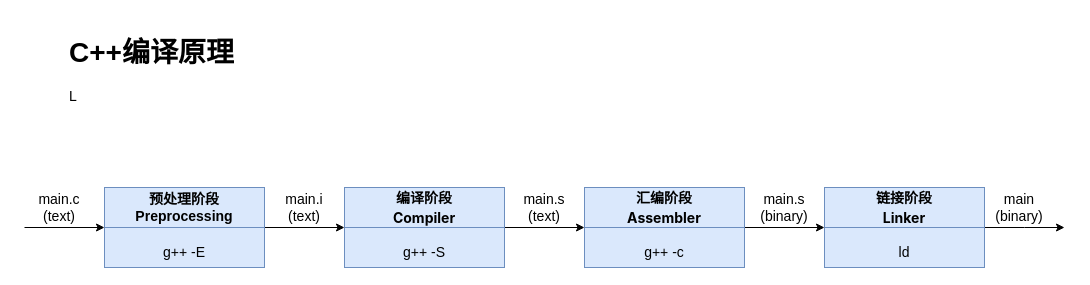
Above: Draw.io/CPP.drawio in DepInjoy/geektime (draw.io), before the change. Source tidied: cells renumbered, new cells numbered last; positions are measured from the earlier drawing's top-left corner, leaving out a move shared by most shapes. Both pictures are drawn from the tidied source at 100%, with x=0, y=0 at pixel (24, 27).
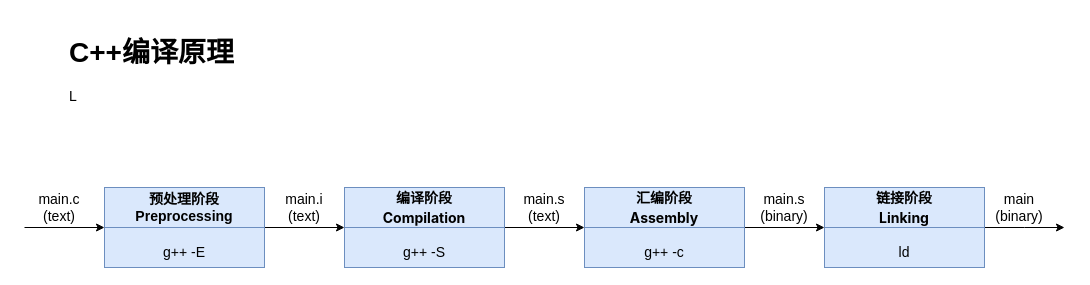
After the change.

Commit message:
更新C++变过阶段

The edit, as a diff of the source:
```diff
@@
-    <mxCell id="17" value="&lt;span style=&quot;box-sizing: border-box; outline: 0px; overflow-wrap: break-word; font-family: -apple-system, &amp;quot;SF UI Text&amp;quot;, Arial, &amp;quot;PingFang SC&amp;quot;, &amp;quot;Hiragino Sans GB&amp;quot;, &amp;quot;Microsoft YaHei&amp;quot;, &amp;quot;WenQuanYi Micro Hei&amp;quot;, sans-serif, SimHei, SimSun; font-size: 16px; text-align: left;&quot;&gt;&lt;span style=&quot;box-sizing: border-box; outline: 0px; margin: 0px; padding: 0px; overflow-wrap: break-word; font-size: 14px;&quot;&gt;&lt;b style=&quot;&quot;&gt;编译阶段&lt;br&gt;Compiler&lt;/b&gt;&lt;/span&gt;&lt;/span&gt;" style="text;html=1;strokeColor=#6c8ebf;fillColor=#dae8fc;align=center;verticalAlign=middle;whiteSpace=wrap;rounded=0;" parent="1" vertex="1">
+    <mxCell id="17" value="&lt;span style=&quot;box-sizing: border-box; outline: 0px; overflow-wrap: break-word; font-family: -apple-system, &amp;quot;SF UI Text&amp;quot;, Arial, &amp;quot;PingFang SC&amp;quot;, &amp;quot;Hiragino Sans GB&amp;quot;, &amp;quot;Microsoft YaHei&amp;quot;, &amp;quot;WenQuanYi Micro Hei&amp;quot;, sans-serif, SimHei, SimSun; font-size: 16px; text-align: left;&quot;&gt;&lt;span style=&quot;box-sizing: border-box; outline: 0px; margin: 0px; padding: 0px; overflow-wrap: break-word; font-size: 14px;&quot;&gt;&lt;b style=&quot;&quot;&gt;编译阶段&lt;br&gt;Compilation&lt;/b&gt;&lt;/span&gt;&lt;/span&gt;" style="text;html=1;strokeColor=#6c8ebf;fillColor=#dae8fc;align=center;verticalAlign=middle;whiteSpace=wrap;rounded=0;" parent="1" vertex="1">
       <mxGeometry x="320" y="160" width="160" height="40" as="geometry" />
     </mxCell>
@@
-    <mxCell id="20" value="&lt;span style=&quot;box-sizing: border-box; outline: 0px; font-weight: 700; overflow-wrap: break-word; font-family: -apple-system, &amp;quot;SF UI Text&amp;quot;, Arial, &amp;quot;PingFang SC&amp;quot;, &amp;quot;Hiragino Sans GB&amp;quot;, &amp;quot;Microsoft YaHei&amp;quot;, &amp;quot;WenQuanYi Micro Hei&amp;quot;, sans-serif, SimHei, SimSun; font-size: 16px; text-align: left;&quot;&gt;&lt;span style=&quot;box-sizing: border-box; outline: 0px; margin: 0px; padding: 0px; overflow-wrap: break-word; font-size: 14px;&quot;&gt;汇编阶段&lt;br&gt;Assembler&lt;/span&gt;&lt;/span&gt;" style="text;html=1;strokeColor=#6c8ebf;fillColor=#dae8fc;align=center;verticalAlign=middle;whiteSpace=wrap;rounded=0;" parent="1" vertex="1">
+    <mxCell id="20" value="&lt;span style=&quot;box-sizing: border-box; outline: 0px; font-weight: 700; overflow-wrap: break-word; font-family: -apple-system, &amp;quot;SF UI Text&amp;quot;, Arial, &amp;quot;PingFang SC&amp;quot;, &amp;quot;Hiragino Sans GB&amp;quot;, &amp;quot;Microsoft YaHei&amp;quot;, &amp;quot;WenQuanYi Micro Hei&amp;quot;, sans-serif, SimHei, SimSun; font-size: 16px; text-align: left;&quot;&gt;&lt;span style=&quot;box-sizing: border-box; outline: 0px; margin: 0px; padding: 0px; overflow-wrap: break-word; font-size: 14px;&quot;&gt;汇编阶段&lt;br&gt;Assembly&lt;/span&gt;&lt;/span&gt;" style="text;html=1;strokeColor=#6c8ebf;fillColor=#dae8fc;align=center;verticalAlign=middle;whiteSpace=wrap;rounded=0;" parent="1" vertex="1">
       <mxGeometry x="560" y="160" width="160" height="40" as="geometry" />
     </mxCell>
@@
-    <mxCell id="23" value="&lt;span style=&quot;box-sizing: border-box; outline: 0px; font-weight: 700; overflow-wrap: break-word; font-family: -apple-system, &amp;quot;SF UI Text&amp;quot;, Arial, &amp;quot;PingFang SC&amp;quot;, &amp;quot;Hiragino Sans GB&amp;quot;, &amp;quot;Microsoft YaHei&amp;quot;, &amp;quot;WenQuanYi Micro Hei&amp;quot;, sans-serif, SimHei, SimSun; font-size: 16px; text-align: left;&quot;&gt;&lt;span style=&quot;box-sizing: border-box; outline: 0px; margin: 0px; padding: 0px; overflow-wrap: break-word; font-size: 14px;&quot;&gt;链接阶段&lt;br&gt;Linker&lt;/span&gt;&lt;/span&gt;" style="text;html=1;strokeColor=#6c8ebf;fillColor=#dae8fc;align=center;verticalAlign=middle;whiteSpace=wrap;rounded=0;" parent="1" vertex="1">
+    <mxCell id="23" value="&lt;span style=&quot;box-sizing: border-box; outline: 0px; font-weight: 700; overflow-wrap: break-word; font-family: -apple-system, &amp;quot;SF UI Text&amp;quot;, Arial, &amp;quot;PingFang SC&amp;quot;, &amp;quot;Hiragino Sans GB&amp;quot;, &amp;quot;Microsoft YaHei&amp;quot;, &amp;quot;WenQuanYi Micro Hei&amp;quot;, sans-serif, SimHei, SimSun; font-size: 16px; text-align: left;&quot;&gt;&lt;span style=&quot;box-sizing: border-box; outline: 0px; margin: 0px; padding: 0px; overflow-wrap: break-word; font-size: 14px;&quot;&gt;链接阶段&lt;br&gt;Linking&lt;/span&gt;&lt;/span&gt;" style="text;html=1;strokeColor=#6c8ebf;fillColor=#dae8fc;align=center;verticalAlign=middle;whiteSpace=wrap;rounded=0;" parent="1" vertex="1">
       <mxGeometry x="800" y="160" width="160" height="40" as="geometry" />
     </mxCell>
```
